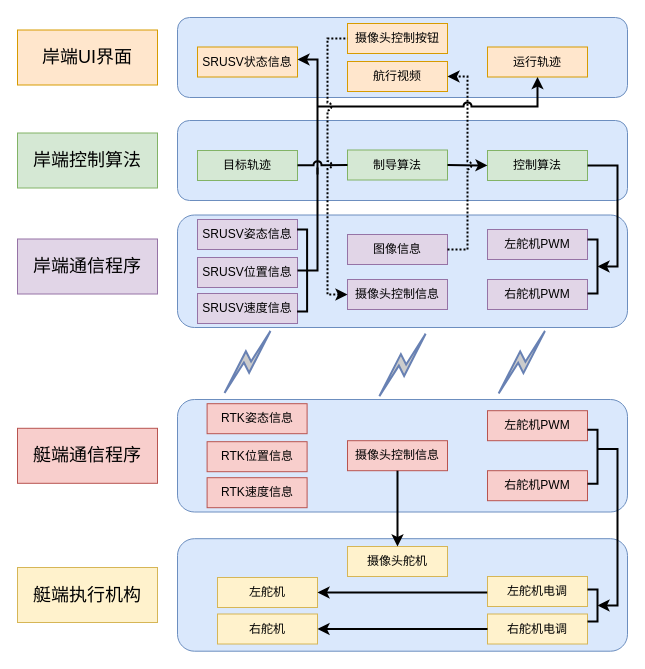
Before: 王逸琪第五章/软件构架结构.drawio in shijianhaikey/Drawio, a draw.io diagram. Source tidied: cells renumbered, new cells numbered last; positions are measured from the earlier drawing's top-left corner, leaving out a move shared by most shapes. Both pictures are drawn from the tidied source at 100%, with x=0, y=0 at pixel (17, 17).
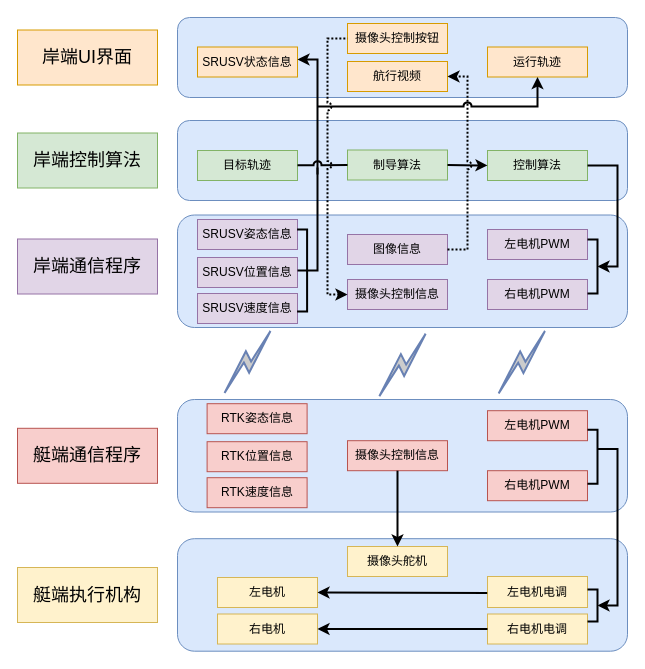
After the change.

Commit message:
更新软件构架结构.drawio

Diff of the diagram source:
```diff
@@
-    <mxCell id="13" value="左舵机PWM" style="rounded=0;whiteSpace=wrap;html=1;fillColor=#e1d5e7;strokeColor=#9673a6;" parent="1" vertex="1">
+    <mxCell id="13" value="左电机PWM" style="rounded=0;whiteSpace=wrap;html=1;fillColor=#e1d5e7;strokeColor=#9673a6;" parent="1" vertex="1">
       <mxGeometry x="470" y="212" width="100" height="30" as="geometry" />
     </mxCell>
-    <mxCell id="14" value="右舵机PWM" style="rounded=0;whiteSpace=wrap;html=1;fillColor=#e1d5e7;strokeColor=#9673a6;" parent="1" vertex="1">
+    <mxCell id="14" value="右电机PWM" style="rounded=0;whiteSpace=wrap;html=1;fillColor=#e1d5e7;strokeColor=#9673a6;" parent="1" vertex="1">
       <mxGeometry x="470" y="262" width="100" height="30" as="geometry" />
     </mxCell>
@@
-    <mxCell id="38" value="左舵机PWM" style="rounded=0;whiteSpace=wrap;html=1;fillColor=#f8cecc;strokeColor=#b85450;" parent="1" vertex="1">
+    <mxCell id="38" value="左电机PWM" style="rounded=0;whiteSpace=wrap;html=1;fillColor=#f8cecc;strokeColor=#b85450;" parent="1" vertex="1">
       <mxGeometry x="470" y="393.2" width="100" height="30" as="geometry" />
     </mxCell>
-    <mxCell id="39" value="右舵机PWM" style="rounded=0;whiteSpace=wrap;html=1;fillColor=#f8cecc;strokeColor=#b85450;" parent="1" vertex="1">
+    <mxCell id="39" value="右电机PWM" style="rounded=0;whiteSpace=wrap;html=1;fillColor=#f8cecc;strokeColor=#b85450;" parent="1" vertex="1">
       <mxGeometry x="470" y="453.2" width="100" height="30" as="geometry" />
     </mxCell>
@@
-    <mxCell id="42" value="左舵机电调" style="rounded=0;whiteSpace=wrap;html=1;fillColor=#fff2cc;strokeColor=#d6b656;" parent="1" vertex="1">
-      <mxGeometry x="470" y="559" width="100" height="30" as="geometry" />
+    <mxCell id="42" value="左电机电调" style="rounded=0;whiteSpace=wrap;html=1;fillColor=#fff2cc;strokeColor=#d6b656;" parent="1" vertex="1">
+      <mxGeometry x="470" y="559" width="100" height="31" as="geometry" />
     </mxCell>
-    <mxCell id="43" value="右舵机电调" style="rounded=0;whiteSpace=wrap;html=1;fillColor=#fff2cc;strokeColor=#d6b656;" parent="1" vertex="1">
+    <mxCell id="43" value="右电机电调" style="rounded=0;whiteSpace=wrap;html=1;fillColor=#fff2cc;strokeColor=#d6b656;" parent="1" vertex="1">
       <mxGeometry x="470" y="596.5" width="100" height="30" as="geometry" />
     </mxCell>
-    <mxCell id="44" value="左舵机" style="rounded=0;whiteSpace=wrap;html=1;fillColor=#fff2cc;strokeColor=#d6b656;" parent="1" vertex="1">
+    <mxCell id="44" value="左电机" style="rounded=0;whiteSpace=wrap;html=1;fillColor=#fff2cc;strokeColor=#d6b656;" parent="1" vertex="1">
       <mxGeometry x="200" y="560" width="100" height="30" as="geometry" />
     </mxCell>
-    <mxCell id="45" value="右舵机" style="rounded=0;whiteSpace=wrap;html=1;fillColor=#fff2cc;strokeColor=#d6b656;" parent="1" vertex="1">
+    <mxCell id="45" value="右电机" style="rounded=0;whiteSpace=wrap;html=1;fillColor=#fff2cc;strokeColor=#d6b656;" parent="1" vertex="1">
       <mxGeometry x="200" y="596.5" width="100" height="30" as="geometry" />
     </mxCell>
```
